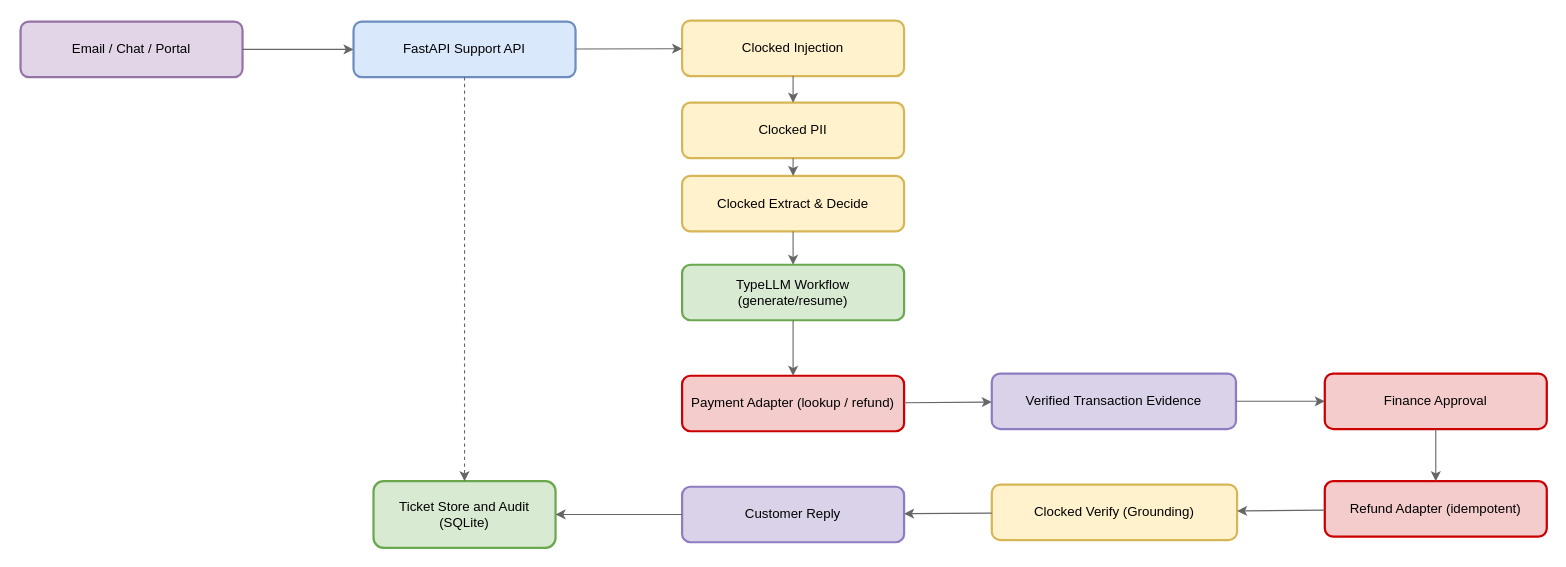
Above: assets/architecture.drawio in ranjancse26/clocked-support-intelligence-engine (draw.io), before the change. Source tidied: cells renumbered, new cells numbered last; positions are measured from the earlier drawing's top-left corner, leaving out a move shared by most shapes. Both pictures are drawn from the tidied source at 111%, with x=0, y=0 at pixel (20, 20).
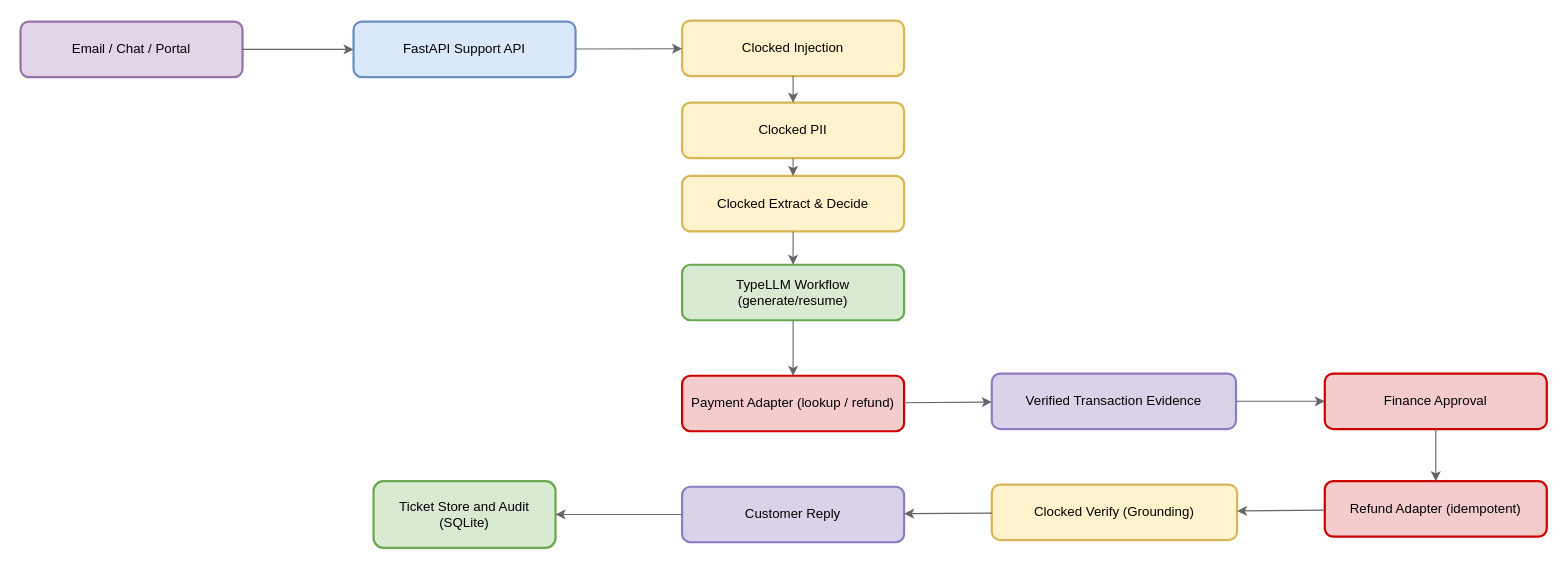
The same page after the edit.

Commit message (it also covers changes not shown here):
Updates to the architecture diagram

The change refers to these unchanged cells:
```xml
<mxCell id="3" value="FastAPI Support API" style="rounded=1;whiteSpace=wrap;html=1;fillColor=#dae8fc;strokeColor=#6c8ebf;strokeWidth=2;" parent="1" vertex="1">
  <mxGeometry x="300" y="1" width="200" height="50" as="geometry" />
</mxCell>
<mxCell id="4" value="Ticket Store and Audit (SQLite)" style="rounded=1;whiteSpace=wrap;html=1;fillColor=#d9ead3;strokeColor=#6aa84f;strokeWidth=2;" parent="1" vertex="1">
  <mxGeometry x="318" y="415" width="164" height="60" as="geometry" />
</mxCell>
```

Change to the diagram source:
```diff
@@
-    <mxCell id="16" style="endArrow=classic;html=1;strokeColor=#666666;dashed=1;" parent="1" edge="1" source="3" target="4">
-      <mxGeometry relative="1" as="geometry" />
-    </mxCell>
```
